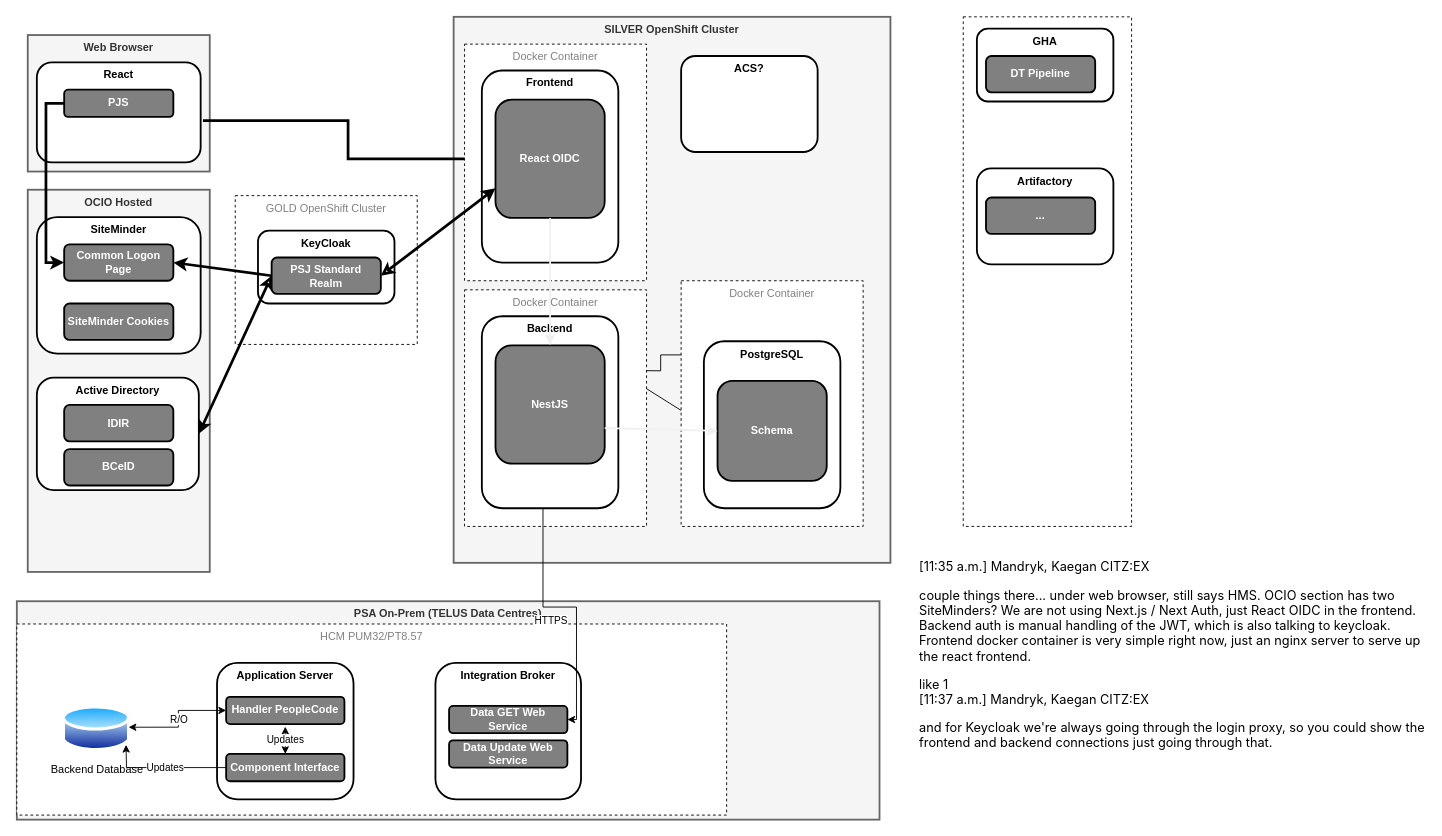
Before: page "Current State (2023)" (1 of 3) of docs/architecture/architecture.drawio in bcgov/psa-job-store, a draw.io diagram. Source tidied: cells renumbered, new cells numbered last; positions are measured from the earlier drawing's top-left corner, leaving out a move shared by most shapes. Both pictures are drawn from the tidied source at 91%, with x=0, y=0 at pixel (16, 16).
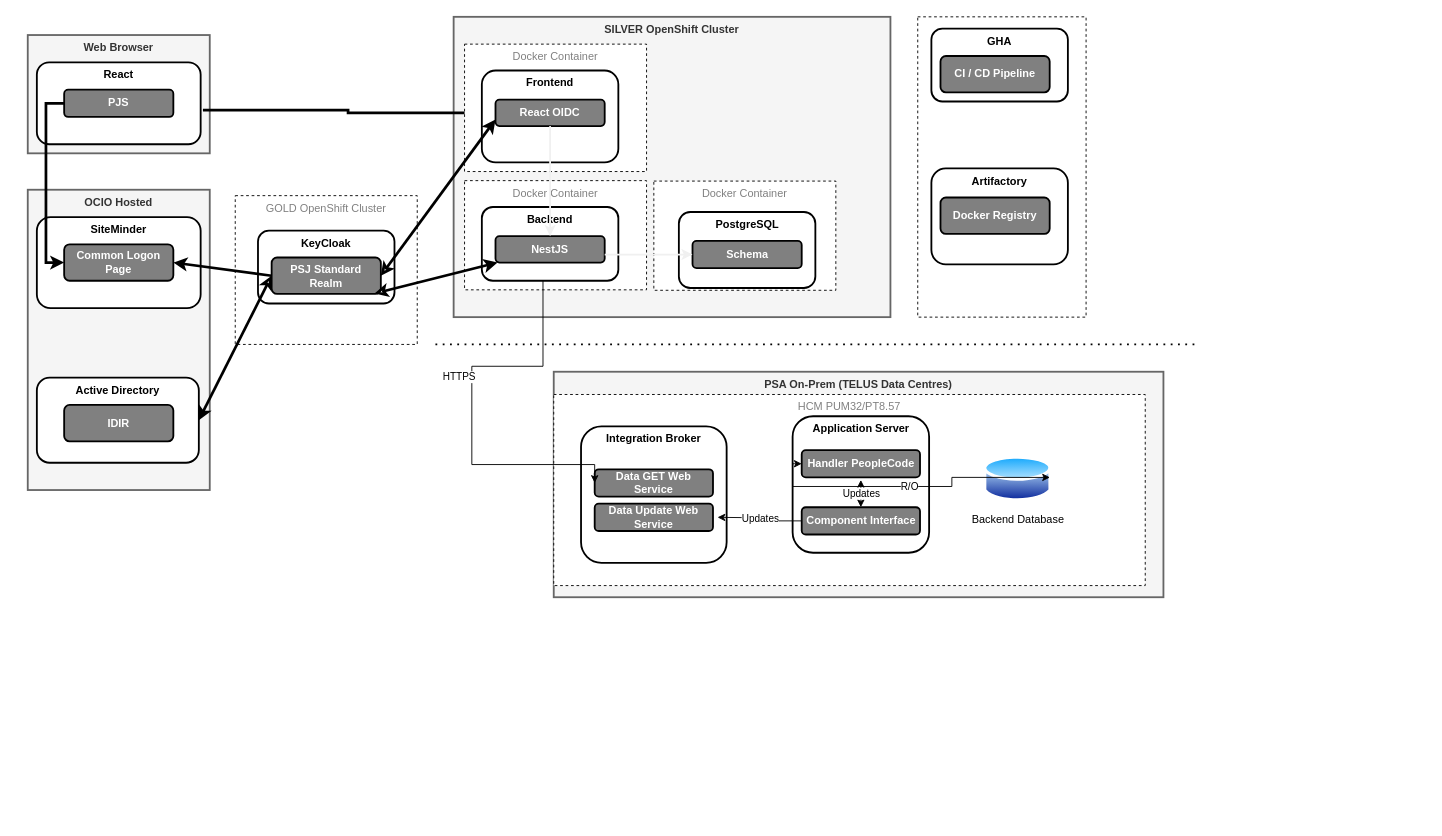
After the change.

Commit message (it also covers changes not shown here):
Updated Architecture diagram.

Unchanged cells that the change refers to:
```xml
<mxCell id="15" value="PSJ Standard&lt;br&gt;Realm" style="rounded=1;whiteSpace=wrap;html=1;strokeWidth=2;fillColor=#808080;fontColor=#FFFFFF;fontStyle=1;" parent="1" vertex="1">
  <mxGeometry x="280" y="264.5" width="120" height="40" as="geometry" />
</mxCell>
```

Change to the diagram source:
```diff
@@
     <mxCell id="2" style="rounded=0;whiteSpace=wrap;html=1;strokeWidth=1;fillColor=#FFFFFF;fontColor=#808080;dashed=1;verticalAlign=top;" parent="1" vertex="1">
-      <mxGeometry x="1040" width="185" height="560" as="geometry" />
+      <mxGeometry x="990" width="185" height="330" as="geometry" />
     </mxCell>
     <mxCell id="3" value="Web Browser" style="rounded=0;whiteSpace=wrap;html=1;verticalAlign=top;fillColor=#f5f5f5;strokeColor=#666666;fontColor=#333333;strokeWidth=2;fontStyle=1;" parent="1" vertex="1">
-      <mxGeometry x="12" y="20" width="200" height="150" as="geometry" />
+      <mxGeometry x="12" y="20" width="200" height="130" as="geometry" />
     </mxCell>
     <mxCell id="4" value="React" style="rounded=1;whiteSpace=wrap;html=1;strokeWidth=2;verticalAlign=top;fontStyle=1;" parent="1" vertex="1">
-      <mxGeometry x="22" y="50" width="180" height="110" as="geometry" />
+      <mxGeometry x="22" y="50" width="180" height="90" as="geometry" />
     </mxCell>
@@
     <mxCell id="6" value="OCIO Hosted" style="rounded=0;whiteSpace=wrap;html=1;verticalAlign=top;fillColor=#f5f5f5;strokeColor=#666666;fontColor=#333333;strokeWidth=2;fontStyle=1;" parent="1" vertex="1">
-      <mxGeometry x="12" y="190" width="200" height="420" as="geometry" />
+      <mxGeometry x="12" y="190" width="200" height="330" as="geometry" />
     </mxCell>
     <mxCell id="7" value="SiteMinder" style="rounded=1;whiteSpace=wrap;html=1;strokeWidth=2;verticalAlign=top;fontStyle=1;" parent="1" vertex="1">
-      <mxGeometry x="22" y="220" width="180" height="150" as="geometry" />
+      <mxGeometry x="22" y="220" width="180" height="100" as="geometry" />
     </mxCell>
@@
     <mxCell id="10" value="SILVER OpenShift Cluster" style="rounded=0;whiteSpace=wrap;html=1;verticalAlign=top;fillColor=#f5f5f5;strokeColor=#666666;fontColor=#333333;strokeWidth=2;fontStyle=1;" parent="1" vertex="1">
-      <mxGeometry x="480" width="480" height="600" as="geometry" />
+      <mxGeometry x="480" width="480" height="330" as="geometry" />
     </mxCell>
@@
     <mxCell id="16" value="Docker Container" style="rounded=0;whiteSpace=wrap;html=1;strokeWidth=1;fillColor=#FFFFFF;fontColor=#808080;dashed=1;verticalAlign=top;" parent="1" vertex="1">
-      <mxGeometry x="492" y="30" width="200" height="260" as="geometry" />
+      <mxGeometry x="492" y="30" width="200" height="140" as="geometry" />
     </mxCell>
     <mxCell id="17" value="Active Directory" style="rounded=1;whiteSpace=wrap;html=1;strokeWidth=2;verticalAlign=top;fontStyle=1;" parent="1" vertex="1">
-      <mxGeometry x="22" y="396.5" width="178" height="123.5" as="geometry" />
+      <mxGeometry x="22" y="396.5" width="178" height="93.5" as="geometry" />
     </mxCell>
@@
     <mxCell id="20" value="GHA" style="rounded=1;whiteSpace=wrap;html=1;strokeWidth=2;verticalAlign=top;fontStyle=1;" parent="1" vertex="1">
-      <mxGeometry x="1055" y="13" width="150" height="80" as="geometry" />
+      <mxGeometry x="1005" y="13" width="150" height="80" as="geometry" />
     </mxCell>
-    <mxCell id="21" value="DT Pipeline" style="rounded=1;whiteSpace=wrap;html=1;strokeWidth=2;fillColor=#808080;fontColor=#FFFFFF;fontStyle=1;" parent="1" vertex="1">
-      <mxGeometry x="1065" y="43" width="120" height="40" as="geometry" />
+    <mxCell id="21" value="CI / CD Pipeline" style="rounded=1;whiteSpace=wrap;html=1;strokeWidth=2;fillColor=#808080;fontColor=#FFFFFF;fontStyle=1;" parent="1" vertex="1">
+      <mxGeometry x="1015" y="43" width="120" height="40" as="geometry" />
     </mxCell>
     <mxCell id="22" value="Frontend" style="rounded=1;whiteSpace=wrap;html=1;strokeWidth=2;verticalAlign=top;fontStyle=1;" parent="1" vertex="1">
-      <mxGeometry x="511" y="59" width="150" height="211" as="geometry" />
+      <mxGeometry x="511" y="59" width="150" height="101" as="geometry" />
     </mxCell>
-    <mxCell id="23" style="edgeStyle=orthogonalEdgeStyle;rounded=0;orthogonalLoop=1;jettySize=auto;html=1;entryX=0;entryY=0.5;entryDx=0;entryDy=0;" parent="1" edge="1">
-      <mxGeometry relative="1" as="geometry">
-        <mxPoint x="660" y="388.5" as="sourcePoint" />
-        <mxPoint x="754" y="391.5" as="targetPoint" />
-      </mxGeometry>
-    </mxCell>
-    <mxCell id="24" style="rounded=0;jettySize=auto;html=1;entryX=0;entryY=0.5;entryDx=0;entryDy=0;" parent="1" edge="1" target="29">
-      <mxGeometry relative="1" as="geometry">
-        <mxPoint x="660" y="388.5" as="sourcePoint" />
-      </mxGeometry>
-    </mxCell>
     <mxCell id="25" value="React OIDC" style="rounded=1;whiteSpace=wrap;html=1;strokeWidth=2;fillColor=#808080;fontColor=#FFFFFF;fontStyle=1;" parent="1" vertex="1">
-      <mxGeometry x="526" y="91" width="120" height="130" as="geometry" />
+      <mxGeometry x="526" y="91" width="120" height="29" as="geometry" />
     </mxCell>
@@
     <mxCell id="27" style="edgeStyle=orthogonalEdgeStyle;rounded=0;jettySize=auto;html=1;entryX=0.5;entryY=1;entryDx=0;entryDy=0;" parent="1" edge="1" target="30">
       <mxGeometry relative="1" as="geometry">
-        <mxPoint x="829" y="351.5" as="sourcePoint" />
+        <mxPoint x="801.5" y="209.5" as="sourcePoint" />
       </mxGeometry>
     </mxCell>
     <mxCell id="28" value="Docker Container" style="rounded=0;whiteSpace=wrap;html=1;strokeWidth=1;fillColor=#FFFFFF;fontColor=#808080;dashed=1;verticalAlign=top;" parent="1" vertex="1">
-      <mxGeometry x="730" y="290" width="200" height="270" as="geometry" />
+      <mxGeometry x="700" y="180.5" width="200" height="120" as="geometry" />
     </mxCell>
     <mxCell id="29" value="PostgreSQL" style="rounded=1;whiteSpace=wrap;html=1;strokeWidth=2;verticalAlign=top;fontStyle=1;" parent="1" vertex="1">
-      <mxGeometry x="755" y="356.5" width="150" height="183.5" as="geometry" />
+      <mxGeometry x="727.5" y="214.5" width="150" height="83.5" as="geometry" />
     </mxCell>
     <mxCell id="30" value="Schema" style="rounded=1;whiteSpace=wrap;html=1;strokeWidth=2;fillColor=#808080;fontColor=#FFFFFF;fontStyle=1;" parent="1" vertex="1">
-      <mxGeometry x="770" y="400" width="120" height="110" as="geometry" />
+      <mxGeometry x="742.5" y="246.2" width="120" height="30" as="geometry" />
     </mxCell>
-    <mxCell id="31" value="BCeID" style="rounded=1;whiteSpace=wrap;html=1;strokeWidth=2;fillColor=#808080;fontColor=#FFFFFF;fontStyle=1;" parent="1" vertex="1">
-      <mxGeometry x="52" y="475" width="120" height="40" as="geometry" />
-    </mxCell>
     <mxCell id="32" value="Artifactory" style="rounded=1;whiteSpace=wrap;html=1;strokeWidth=2;verticalAlign=top;fontStyle=1;" parent="1" vertex="1">
-      <mxGeometry x="1055" y="166.5" width="150" height="105.5" as="geometry" />
+      <mxGeometry x="1005" y="166.5" width="150" height="105.5" as="geometry" />
     </mxCell>
-    <mxCell id="33" value="..." style="rounded=1;whiteSpace=wrap;html=1;strokeWidth=2;fillColor=#808080;fontColor=#FFFFFF;fontStyle=1;" parent="1" vertex="1">
-      <mxGeometry x="1065" y="198.5" width="120" height="40" as="geometry" />
+    <mxCell id="33" value="Docker Registry" style="rounded=1;whiteSpace=wrap;html=1;strokeWidth=2;fillColor=#808080;fontColor=#FFFFFF;fontStyle=1;" parent="1" vertex="1">
+      <mxGeometry x="1015" y="198.5" width="120" height="40" as="geometry" />
     </mxCell>
-    <mxCell id="34" value="SiteMinder Cookies" style="rounded=1;whiteSpace=wrap;html=1;strokeWidth=2;fillColor=#808080;fontColor=#FFFFFF;fontStyle=1;" parent="1" vertex="1">
-      <mxGeometry x="52" y="315" width="120" height="40" as="geometry" />
-    </mxCell>
     <mxCell id="35" value="Docker Container" style="rounded=0;whiteSpace=wrap;html=1;strokeWidth=1;fillColor=#FFFFFF;fontColor=#808080;dashed=1;verticalAlign=top;" parent="1" vertex="1">
-      <mxGeometry x="492" y="300" width="200" height="260" as="geometry" />
+      <mxGeometry x="492" y="180" width="200" height="120" as="geometry" />
     </mxCell>
     <mxCell id="36" value="Backend" style="rounded=1;whiteSpace=wrap;html=1;strokeWidth=2;verticalAlign=top;fontStyle=1;" parent="1" vertex="1">
-      <mxGeometry x="511" y="329" width="150" height="211" as="geometry" />
+      <mxGeometry x="511" y="209" width="150" height="81" as="geometry" />
     </mxCell>
     <mxCell id="37" value="NestJS" style="rounded=1;whiteSpace=wrap;html=1;strokeWidth=2;fillColor=#808080;fontColor=#FFFFFF;fontStyle=1;" parent="1" vertex="1">
-      <mxGeometry x="526" y="361" width="120" height="130" as="geometry" />
+      <mxGeometry x="526" y="241" width="120" height="29" as="geometry" />
     </mxCell>
@@
-    <mxCell id="39" value="ACS?" style="rounded=1;whiteSpace=wrap;html=1;strokeWidth=2;verticalAlign=top;fontStyle=1;" parent="1" vertex="1">
-      <mxGeometry x="730" y="43" width="150" height="105.5" as="geometry" />
-    </mxCell>
     <mxCell id="40" value="PSA On-Prem (TELUS Data Centres)" style="rounded=0;whiteSpace=wrap;html=1;verticalAlign=top;fillColor=#f5f5f5;strokeColor=#666666;fontColor=#333333;strokeWidth=2;fontStyle=1;" parent="1" vertex="1">
-      <mxGeometry y="642.2" width="948" height="240" as="geometry" />
+      <mxGeometry x="590" y="390" width="670" height="247.8" as="geometry" />
     </mxCell>
     <mxCell id="41" value="HCM&amp;nbsp;PUM32/PT8.57" style="rounded=0;whiteSpace=wrap;html=1;strokeWidth=1;fillColor=#FFFFFF;fontColor=#808080;dashed=1;verticalAlign=top;" parent="1" vertex="1">
-      <mxGeometry y="667.2" width="780" height="210" as="geometry" />
+      <mxGeometry x="590" y="415" width="650" height="210" as="geometry" />
     </mxCell>
     <mxCell id="42" value="Application Server" style="rounded=1;whiteSpace=wrap;html=1;strokeWidth=2;verticalAlign=top;fontStyle=1;" parent="1" vertex="1">
-      <mxGeometry x="220" y="710" width="150" height="150" as="geometry" />
+      <mxGeometry x="852.5" y="438.9" width="150" height="150" as="geometry" />
     </mxCell>
     <mxCell id="43" value="Backend Database" style="image;perimeter=ellipsePerimeter;html=1;align=center;shadow=0;dashed=0;spacingTop=3;image=img/lib/active_directory/database.svg;" parent="1" vertex="1">
-      <mxGeometry x="50" y="754.5" width="75" height="55.5" as="geometry" />
+      <mxGeometry x="1062.5" y="480" width="75" height="55.5" as="geometry" />
     </mxCell>
-    <mxCell id="44" value="&lt;span&gt;&lt;span class=&quot;ui-provider bug buh bui buj buk bul bum bun buo bup buq bur bus but buu buv buw bux buy buz bva bvb bvc bvd bve bvf bvg bvh bvi bvj bvk bvl bvm bvn bvo&quot; dir=&quot;ltr&quot;&gt;&lt;span&gt;&lt;span style=&quot;font-family: -apple-system, BlinkMacSystemFont, &amp;quot;Segoe UI&amp;quot;, system-ui, &amp;quot;Apple Color Emoji&amp;quot;, &amp;quot;Segoe UI Emoji&amp;quot;, &amp;quot;Segoe UI Web&amp;quot;, sans-serif; font-size: 14px;&quot;&gt;&lt;p style=&quot;margin: 0px;&quot;&gt;[11:35 a.m.] Mandryk, Kaegan CITZ:EX&lt;/p&gt;&lt;span&gt;&lt;p&gt;couple things there... under web browser, still says HMS. OCIO section has two SiteMinders? We are not using Next.js / Next Auth, just React OIDC in the frontend. Backend auth is manual handling of the JWT, which is also talking to keycloak. Frontend docker container is very simple right now, just an nginx server to serve up the react frontend.&lt;/p&gt;&lt;/span&gt;&lt;p style=&quot;margin: 0px;&quot;&gt; like 1&lt;/p&gt;&lt;/span&gt;&lt;/span&gt;&lt;span&gt;&lt;span style=&quot;font-family: -apple-system, BlinkMacSystemFont, &amp;quot;Segoe UI&amp;quot;, system-ui, &amp;quot;Apple Color Emoji&amp;quot;, &amp;quot;Segoe UI Emoji&amp;quot;, &amp;quot;Segoe UI Web&amp;quot;, sans-serif; font-size: 14px;&quot;&gt;&lt;p style=&quot;margin: 0px;&quot;&gt;[11:37 a.m.] Mandryk, Kaegan CITZ:EX&lt;/p&gt;&lt;span&gt;&lt;p&gt;and for Keycloak we're always going through the login proxy, so you could show the frontend and backend connections just going through that.&lt;/p&gt;&lt;/span&gt;&lt;/span&gt;&lt;/span&gt;&lt;/span&gt;&lt;/span&gt;" style="text;whiteSpace=wrap;html=1;" parent="1" vertex="1">
-      <mxGeometry x="990" y="590" width="560" height="250" as="geometry" />
-    </mxCell>
@@
     <mxCell id="46" value="Integration Broker" style="rounded=1;whiteSpace=wrap;html=1;strokeWidth=2;verticalAlign=top;fontStyle=1;" parent="1" vertex="1">
-      <mxGeometry x="460" y="710" width="160" height="150" as="geometry" />
+      <mxGeometry x="620" y="450" width="160" height="150" as="geometry" />
     </mxCell>
     <mxCell id="47" value="Handler PeopleCode" style="rounded=1;whiteSpace=wrap;html=1;strokeWidth=2;fillColor=#808080;fontColor=#FFFFFF;fontStyle=1;" parent="1" vertex="1">
-      <mxGeometry x="230" y="747.2" width="130" height="30" as="geometry" />
+      <mxGeometry x="862.5" y="476.1" width="130" height="30" as="geometry" />
     </mxCell>
     <mxCell id="48" value="Data GET Web Service" style="rounded=1;whiteSpace=wrap;html=1;strokeWidth=2;fillColor=#808080;fontColor=#FFFFFF;fontStyle=1;" parent="1" vertex="1">
-      <mxGeometry x="475" y="757.2" width="130" height="30" as="geometry" />
+      <mxGeometry x="635" y="497.2" width="130" height="30" as="geometry" />
     </mxCell>
-    <mxCell id="49" value="HTTPS" style="endArrow=classic;html=1;rounded=0;entryX=1;entryY=0.5;entryDx=0;entryDy=0;exitX=0.448;exitY=1.003;exitDx=0;exitDy=0;exitPerimeter=0;edgeStyle=orthogonalEdgeStyle;" parent="1" edge="1" source="36" target="48">
+    <mxCell id="49" value="HTTPS" style="endArrow=classic;html=1;rounded=0;entryX=0;entryY=0.5;entryDx=0;entryDy=0;exitX=0.448;exitY=1.003;exitDx=0;exitDy=0;exitPerimeter=0;edgeStyle=orthogonalEdgeStyle;" parent="1" edge="1" source="36" target="48">
       <mxGeometry x="-0.16" y="-14" relative="1" as="geometry">
+        <Array as="points">
+          <mxPoint x="578" y="384" />
+          <mxPoint x="500" y="384" />
+          <mxPoint x="500" y="492" />
+          <mxPoint x="635" y="492" />
+        </Array>
         <mxPoint y="1" as="offset" />
       </mxGeometry>
     </mxCell>
     <mxCell id="50" value="Data Update Web Service" style="rounded=1;whiteSpace=wrap;html=1;strokeWidth=2;fillColor=#808080;fontColor=#FFFFFF;fontStyle=1;" parent="1" vertex="1">
-      <mxGeometry x="475" y="795" width="130" height="30" as="geometry" />
+      <mxGeometry x="635" y="535" width="130" height="30" as="geometry" />
     </mxCell>
     <mxCell id="51" value="Updates" style="edgeStyle=orthogonalEdgeStyle;rounded=0;jettySize=auto;html=1;" parent="1" edge="1" source="52">
       <mxGeometry relative="1" as="geometry">
-        <mxPoint x="120" y="800" as="targetPoint" />
+        <mxPoint x="770" y="550" as="targetPoint" />
       </mxGeometry>
     </mxCell>
     <mxCell id="52" value="Component Interface" style="rounded=1;whiteSpace=wrap;html=1;strokeWidth=2;fillColor=#808080;fontColor=#FFFFFF;fontStyle=1;" parent="1" vertex="1">
-      <mxGeometry x="230" y="810" width="130" height="30" as="geometry" />
+      <mxGeometry x="862.5" y="538.9" width="130" height="30" as="geometry" />
     </mxCell>
@@
     <mxCell id="54" value="Updates" style="endArrow=classic;startArrow=classic;html=1;rounded=0;exitX=0.5;exitY=0;exitDx=0;exitDy=0;" parent="1" edge="1" source="52">
       <mxGeometry relative="1" as="geometry">
-        <mxPoint x="295" y="780" as="targetPoint" />
+        <mxPoint x="927.5" y="508.9" as="targetPoint" />
       </mxGeometry>
     </mxCell>
+    <mxCell id="55" style="rounded=0;jettySize=auto;html=1;startArrow=classic;startFill=none;endArrow=classic;endFill=0;fontColor=#FFFFFF;entryX=0.942;entryY=0.988;entryDx=0;entryDy=0;strokeWidth=3;entryPerimeter=0;" parent="1" edge="1" source="37" target="15">
+      <mxGeometry relative="1" as="geometry" />
+    </mxCell>
+    <mxCell id="56" style="endArrow=none;dashed=1;html=1;dashPattern=1 3;strokeWidth=2;rounded=0;" parent="1" edge="1">
+      <mxGeometry relative="1" as="geometry">
+        <mxPoint x="460" y="360" as="sourcePoint" />
+        <mxPoint x="1300" y="360" as="targetPoint" />
+      </mxGeometry>
+    </mxCell>
```
